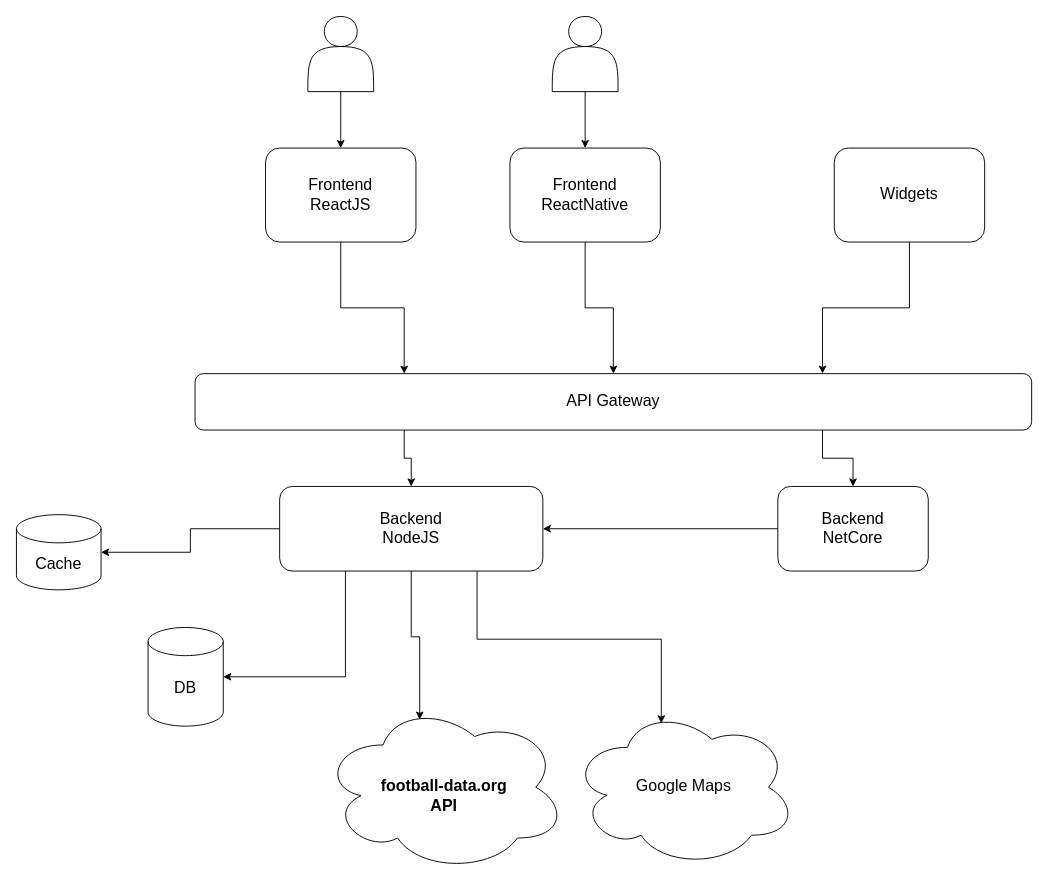
Before: Untitled Diagram.drawio in MadoeryR/fball, a draw.io diagram. Source tidied: cells renumbered, new cells numbered last; positions are measured from the earlier drawing's top-left corner, leaving out a move shared by most shapes. Both pictures are drawn from the tidied source at 94%, with x=0, y=0 at pixel (16, 16).
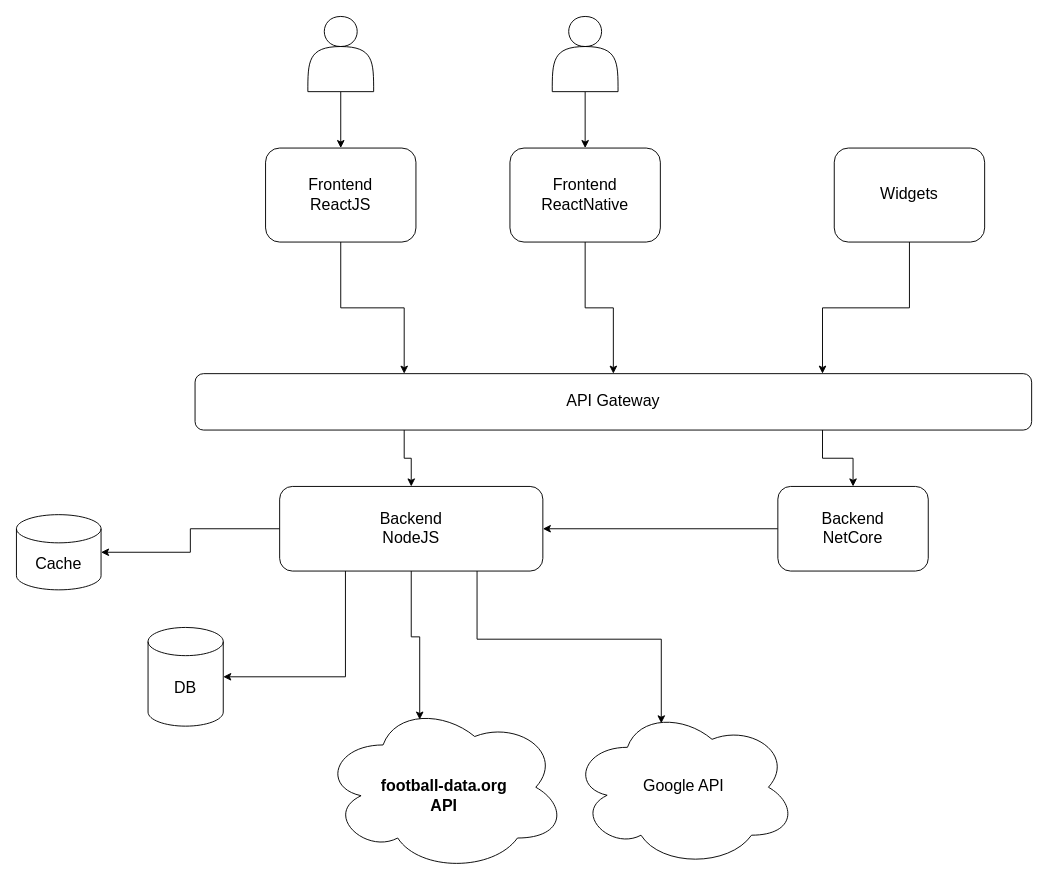
After the change.

The edit, as a diff of the source:
```diff
@@
-    <mxCell id="17" value="Google Maps" style="ellipse;shape=cloud;whiteSpace=wrap;html=1;fontSize=17;" parent="1" vertex="1">
+    <mxCell id="17" value="Google API" style="ellipse;shape=cloud;whiteSpace=wrap;html=1;fontSize=17;" parent="1" vertex="1">
       <mxGeometry x="590" y="735" width="240" height="170" as="geometry" />
     </mxCell>
```
